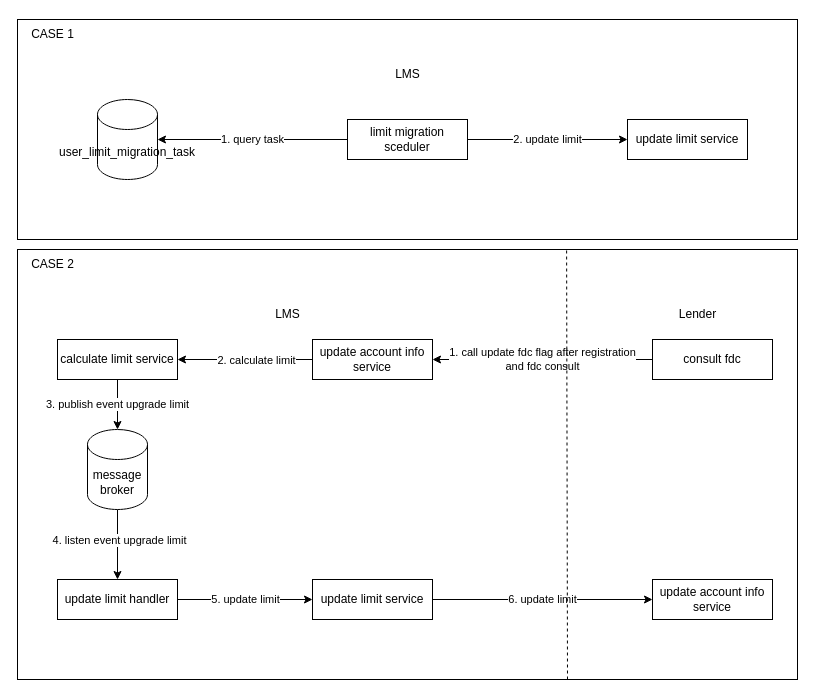
bonggalshn/dna_diagram keeps this draw.io diagram as increase_limit.drawio. Above is the earlier version. Source tidied: cells renumbered, new cells numbered last; positions are measured from the earlier drawing's top-left corner, leaving out a move shared by most shapes. Both pictures are drawn from the tidied source at 100%, with x=0, y=0 at pixel (17, 19).
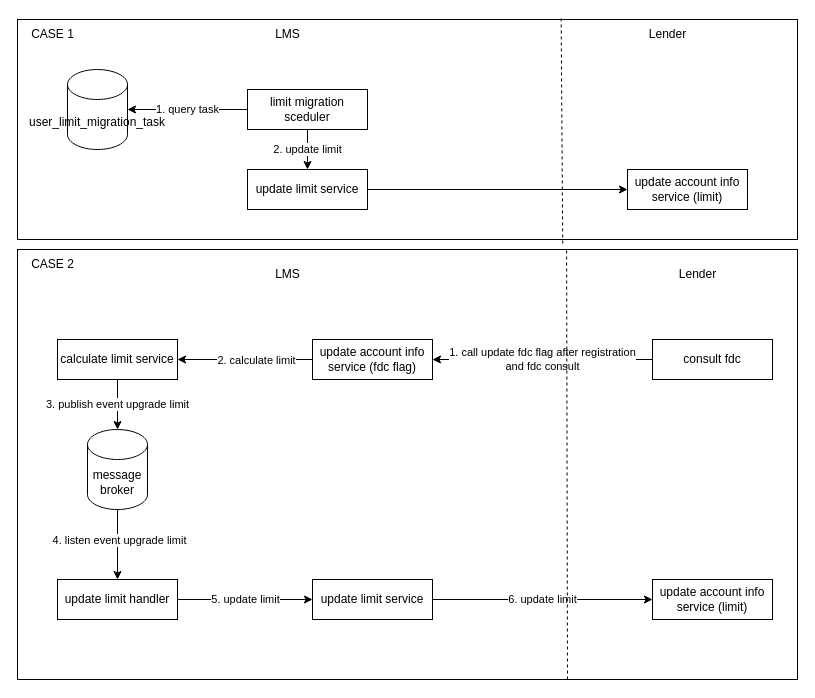
Above is the later version.

The change refers to these unchanged cells:
```xml
<mxCell id="2" style="rounded=0;whiteSpace=wrap;html=1;align=left;" parent="1" vertex="1">
  <mxGeometry width="780" height="220" as="geometry" />
</mxCell>
```

Diff of the diagram source:
```diff
@@
+    <mxCell id="30" style="edgeStyle=orthogonalEdgeStyle;rounded=0;jettySize=auto;html=1;" parent="1" edge="1" source="3" target="31">
+      <mxGeometry relative="1" as="geometry" />
+    </mxCell>
     <mxCell id="3" value="update limit service" style="rounded=0;whiteSpace=wrap;html=1;" parent="1" vertex="1">
-      <mxGeometry x="610" y="100" width="120" height="40" as="geometry" />
+      <mxGeometry x="230" y="150" width="120" height="40" as="geometry" />
     </mxCell>
@@
     <mxCell id="6" value="limit migration sceduler" style="rounded=0;whiteSpace=wrap;html=1;" parent="1" vertex="1">
-      <mxGeometry x="330" y="100" width="120" height="40" as="geometry" />
+      <mxGeometry x="230" y="70" width="120" height="40" as="geometry" />
     </mxCell>
     <mxCell id="7" value="user_limit_migration_task" style="shape=cylinder3;whiteSpace=wrap;html=1;boundedLbl=1;backgroundOutline=1;size=15;" parent="1" vertex="1">
-      <mxGeometry x="80" y="80" width="60" height="80" as="geometry" />
+      <mxGeometry x="50" y="50" width="60" height="80" as="geometry" />
     </mxCell>
     <mxCell id="8" value="LMS" style="text;html=1;align=center;verticalAlign=middle;strokeColor=none;fillColor=none;" parent="1" vertex="1">
-      <mxGeometry x="365" y="40" width="50" height="30" as="geometry" />
+      <mxGeometry x="245" width="50" height="30" as="geometry" />
     </mxCell>
@@
     <mxCell id="14" value="LMS" style="text;html=1;align=center;verticalAlign=middle;strokeColor=none;fillColor=none;" parent="1" vertex="1">
-      <mxGeometry x="245" y="280" width="50" height="30" as="geometry" />
+      <mxGeometry x="245" y="240" width="50" height="30" as="geometry" />
     </mxCell>
     <mxCell id="15" value="Lender" style="text;html=1;align=center;verticalAlign=middle;strokeColor=none;fillColor=none;" parent="1" vertex="1">
-      <mxGeometry x="650" y="280" width="60" height="30" as="geometry" />
+      <mxGeometry x="650" y="240" width="60" height="30" as="geometry" />
     </mxCell>
@@
-    <mxCell id="20" value="update account info service" style="rounded=0;whiteSpace=wrap;html=1;" parent="1" vertex="1">
+    <mxCell id="20" value="update account info service (fdc flag)" style="rounded=0;whiteSpace=wrap;html=1;" parent="1" vertex="1">
       <mxGeometry x="295" y="320" width="120" height="40" as="geometry" />
     </mxCell>
@@
-    <mxCell id="28" value="update account info service" style="rounded=0;whiteSpace=wrap;html=1;" parent="1" vertex="1">
+    <mxCell id="28" value="update account info service (limit)" style="rounded=0;whiteSpace=wrap;html=1;" parent="1" vertex="1">
       <mxGeometry x="635" y="560" width="120" height="40" as="geometry" />
     </mxCell>
@@
+    <mxCell id="31" value="update account info service (limit)" style="rounded=0;whiteSpace=wrap;html=1;" parent="1" vertex="1">
+      <mxGeometry x="610" y="150" width="120" height="40" as="geometry" />
+    </mxCell>
+    <mxCell id="32" style="endArrow=none;dashed=1;html=1;rounded=0;entryX=0.697;entryY=-0.009;entryDx=0;entryDy=0;entryPerimeter=0;exitX=0.699;exitY=1.018;exitDx=0;exitDy=0;exitPerimeter=0;" parent="1" edge="1" source="2" target="2">
+      <mxGeometry relative="1" as="geometry" />
+    </mxCell>
+    <mxCell id="33" value="Lender" style="text;html=1;align=center;verticalAlign=middle;strokeColor=none;fillColor=none;" parent="1" vertex="1">
+      <mxGeometry x="620" width="60" height="30" as="geometry" />
+    </mxCell>
```
